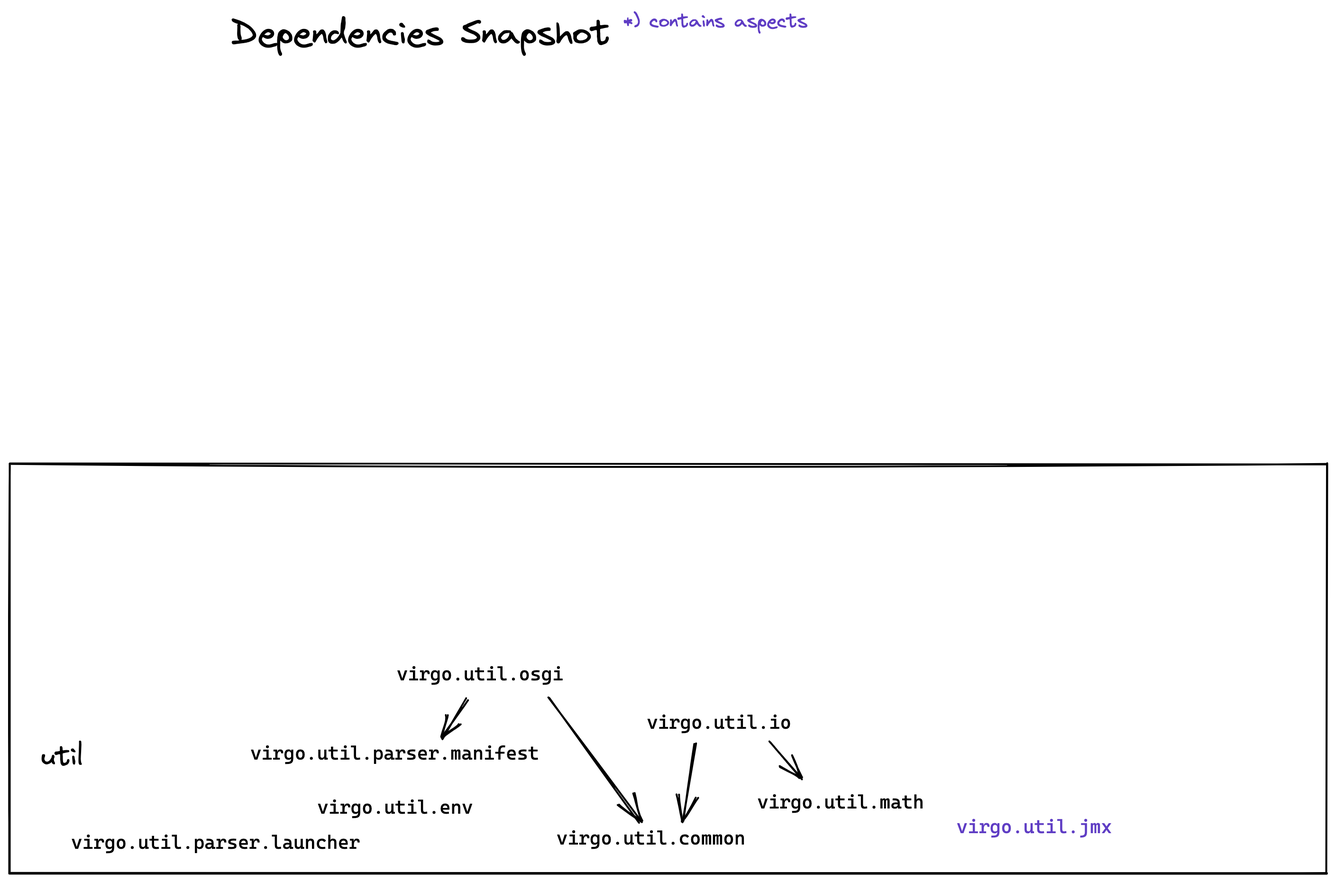
Before: virgo-dependencies.png, a diagram exported from Excalidraw (eclipse-virgo/virgo-root). Source tidied: one line per element, renumbered; positions are measured from the earlier drawing's top-left corner, leaving out a move shared by most shapes. The source it was exported from:
```json
{"id": 0, "type": "text", "text": "virgo.util.common", "strokeColor": "#000000", "strokeWidth": 1, "strokeStyle": "dotted", "roughness": 1, "fontSize": 20, "fontFamily": 3, "x": 577, "y": 861, "width": 200, "height": 24}
{"id": 1, "type": "text", "text": "virgo.util.env", "strokeColor": "#000000", "strokeWidth": 1, "strokeStyle": "dotted", "roughness": 1, "fontSize": 20, "fontFamily": 3, "x": 325, "y": 829, "width": 165, "height": 24}
{"id": 2, "type": "text", "text": "virgo.util.math", "strokeColor": "#000000", "strokeWidth": 1, "strokeStyle": "dotted", "roughness": 1, "fontSize": 20, "fontFamily": 3, "x": 789, "y": 823, "width": 177, "height": 24}
{"id": 3, "type": "rectangle", "strokeColor": "#000000", "strokeWidth": 2, "roughness": 1, "x": 0, "y": 479, "width": 1389, "height": 432}
{"id": 4, "type": "text", "text": "util", "strokeColor": "#000000", "strokeWidth": 2, "roughness": 1, "fontSize": 28, "fontFamily": 1, "x": 33, "y": 770, "width": 46, "height": 35}
{"id": 5, "type": "text", "text": "Dependencies Snapshot", "strokeColor": "#000000", "strokeWidth": 2, "roughness": 1, "fontSize": 36, "fontFamily": 1, "x": 234, "y": 3, "width": 401, "height": 45}
{"id": 6, "type": "text", "text": "virgo.util.io", "strokeColor": "#000000", "strokeWidth": 1, "strokeStyle": "dotted", "roughness": 1, "fontSize": 20, "fontFamily": 3, "x": 672, "y": 739, "width": 153, "height": 24}
{"id": 7, "type": "arrow", "strokeColor": "#000000", "strokeWidth": 2, "roughness": 1, "endArrowhead": "arrow", "from": 6, "to": 0, "x": 723, "y": 773, "width": 12, "height": 82, "points": [[0, 0], [-12, 82]]}
{"id": 8, "type": "arrow", "strokeColor": "#000000", "strokeWidth": 2, "roughness": 1, "endArrowhead": "arrow", "from": 6, "to": 2, "x": 802, "y": 773, "width": 34, "height": 38, "points": [[0, 0], [34, 38]]}
{"id": 9, "type": "text", "text": "virgo.util.jmx", "strokeColor": "#5f3dc4", "strokeWidth": 1, "strokeStyle": "dotted", "roughness": 1, "fontSize": 20, "fontFamily": 3, "x": 999, "y": 849, "width": 165, "height": 24}
{"id": 10, "type": "text", "text": "*) contains aspects", "strokeColor": "#5f3dc4", "strokeWidth": 2, "roughness": 1, "fontSize": 20, "fontFamily": 1, "x": 648, "y": 0, "width": 195, "height": 25}
{"id": 11, "type": "text", "text": "virgo.util.parser.manifest", "strokeColor": "#000000", "strokeWidth": 1, "strokeStyle": "dotted", "roughness": 1, "fontSize": 20, "fontFamily": 3, "x": 254, "y": 772, "width": 306, "height": 24}
{"id": 12, "type": "text", "text": "virgo.util.parser.launcher", "strokeColor": "#000000", "strokeWidth": 1, "strokeStyle": "dotted", "roughness": 1, "fontSize": 20, "fontFamily": 3, "x": 65, "y": 866, "width": 306, "height": 24}
{"id": 13, "type": "text", "text": "virgo.util.osgi", "strokeColor": "#000000", "strokeWidth": 1, "strokeStyle": "dotted", "roughness": 1, "fontSize": 20, "fontFamily": 3, "x": 408, "y": 688, "width": 177, "height": 24}
{"id": 14, "type": "arrow", "strokeColor": "#000000", "strokeWidth": 2, "roughness": 1, "endArrowhead": "arrow", "from": 13, "to": 11, "x": 482, "y": 727, "width": 25, "height": 42, "points": [[0, 0], [-25, 42]]}
{"id": 15, "type": "arrow", "strokeColor": "#000000", "strokeWidth": 2, "roughness": 1, "endArrowhead": "arrow", "from": 13, "to": 0, "x": 568, "y": 725, "width": 96, "height": 131, "points": [[0, 0], [96, 131]]}
```
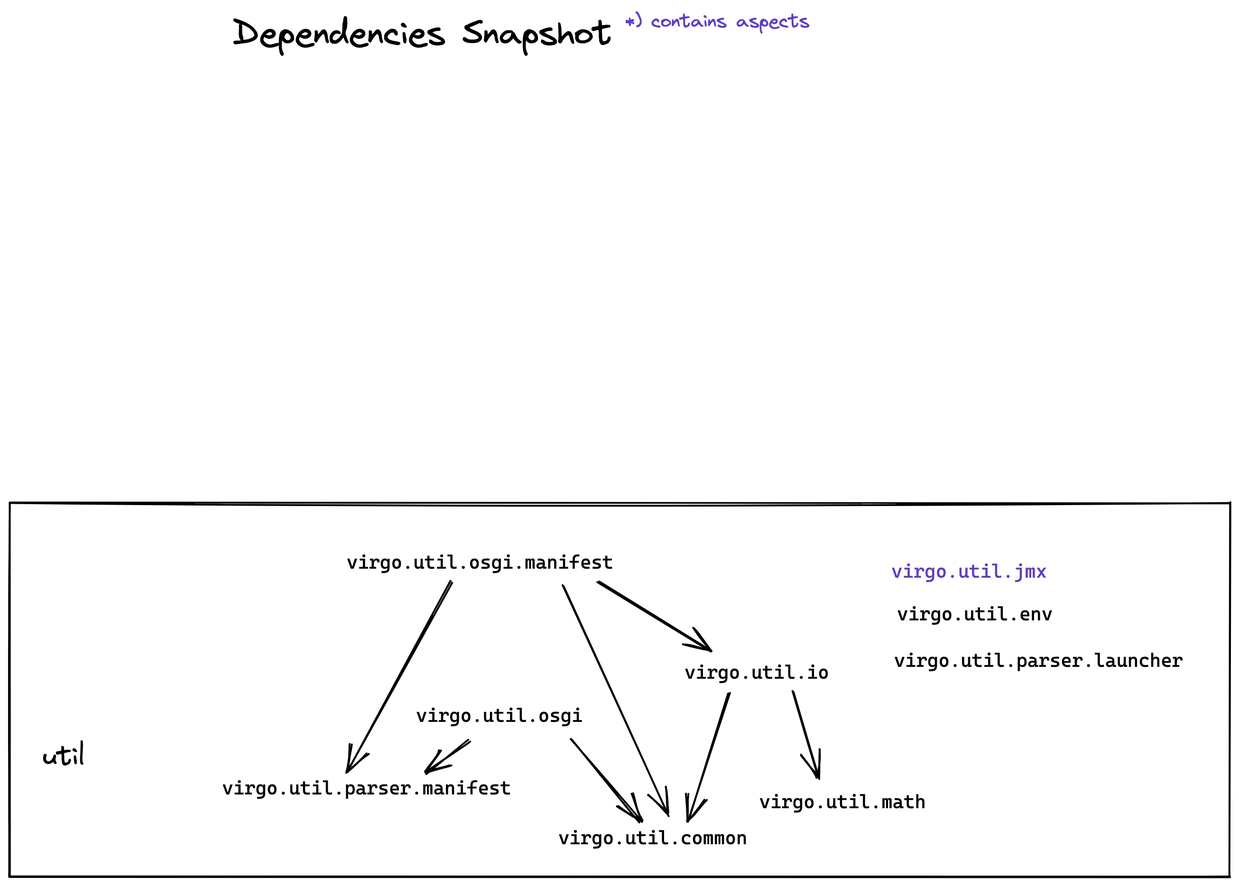
Above is the later version.

Change to the diagram source:
```diff
@@ -1,16 +1,20 @@
 {"id": 0, "type": "text", "text": "virgo.util.common", "strokeColor": "#000000", "strokeWidth": 1, "strokeStyle": "dotted", "roughness": 1, "fontSize": 20, "fontFamily": 3, "x": 577, "y": 861, "width": 200, "height": 24}
-{"id": 1, "type": "text", "text": "virgo.util.env", "strokeColor": "#000000", "strokeWidth": 1, "strokeStyle": "dotted", "roughness": 1, "fontSize": 20, "fontFamily": 3, "x": 325, "y": 829, "width": 165, "height": 24}
+{"id": 1, "type": "text", "text": "virgo.util.env", "strokeColor": "#000000", "strokeWidth": 1, "strokeStyle": "dotted", "roughness": 1, "fontSize": 20, "fontFamily": 3, "x": 934, "y": 625, "width": 165, "height": 24}
 {"id": 2, "type": "text", "text": "virgo.util.math", "strokeColor": "#000000", "strokeWidth": 1, "strokeStyle": "dotted", "roughness": 1, "fontSize": 20, "fontFamily": 3, "x": 789, "y": 823, "width": 177, "height": 24}
-{"id": 3, "type": "rectangle", "strokeColor": "#000000", "strokeWidth": 2, "roughness": 1, "x": 0, "y": 479, "width": 1389, "height": 432}
+{"id": 3, "type": "rectangle", "strokeColor": "#000000", "strokeWidth": 2, "roughness": 1, "x": -2, "y": 520, "width": 1286, "height": 394}
 {"id": 4, "type": "text", "text": "util", "strokeColor": "#000000", "strokeWidth": 2, "roughness": 1, "fontSize": 28, "fontFamily": 1, "x": 33, "y": 770, "width": 46, "height": 35}
 {"id": 5, "type": "text", "text": "Dependencies Snapshot", "strokeColor": "#000000", "strokeWidth": 2, "roughness": 1, "fontSize": 36, "fontFamily": 1, "x": 234, "y": 3, "width": 401, "height": 45}
-{"id": 6, "type": "text", "text": "virgo.util.io", "strokeColor": "#000000", "strokeWidth": 1, "strokeStyle": "dotted", "roughness": 1, "fontSize": 20, "fontFamily": 3, "x": 672, "y": 739, "width": 153, "height": 24}
+{"id": 6, "type": "text", "text": "virgo.util.io", "strokeColor": "#000000", "strokeWidth": 1, "strokeStyle": "dotted", "roughness": 1, "fontSize": 20, "fontFamily": 3, "x": 710, "y": 686, "width": 153, "height": 24}
-{"id": 7, "type": "arrow", "strokeColor": "#000000", "strokeWidth": 2, "roughness": 1, "endArrowhead": "arrow", "from": 6, "to": 0, "x": 723, "y": 773, "width": 12, "height": 82, "points": [[0, 0], [-12, 82]]}
+{"id": 7, "type": "arrow", "strokeColor": "#000000", "strokeWidth": 2, "roughness": 1, "endArrowhead": "arrow", "from": 6, "to": 0, "x": 757, "y": 720, "width": 43, "height": 135, "points": [[0, 0], [-43, 135]]}
-{"id": 8, "type": "arrow", "strokeColor": "#000000", "strokeWidth": 2, "roughness": 1, "endArrowhead": "arrow", "from": 6, "to": 2, "x": 802, "y": 773, "width": 34, "height": 38, "points": [[0, 0], [34, 38]]}
+{"id": 8, "type": "arrow", "strokeColor": "#000000", "strokeWidth": 2, "roughness": 1, "endArrowhead": "arrow", "from": 6, "to": 2, "x": 824, "y": 720, "width": 28, "height": 91, "points": [[0, 0], [28, 91]]}
-{"id": 9, "type": "text", "text": "virgo.util.jmx", "strokeColor": "#5f3dc4", "strokeWidth": 1, "strokeStyle": "dotted", "roughness": 1, "fontSize": 20, "fontFamily": 3, "x": 999, "y": 849, "width": 165, "height": 24}
+{"id": 9, "type": "text", "text": "virgo.util.jmx", "strokeColor": "#5f3dc4", "strokeWidth": 1, "strokeStyle": "dotted", "roughness": 1, "fontSize": 20, "fontFamily": 3, "x": 928, "y": 580, "width": 165, "height": 24}
 {"id": 10, "type": "text", "text": "*) contains aspects", "strokeColor": "#5f3dc4", "strokeWidth": 2, "roughness": 1, "fontSize": 20, "fontFamily": 1, "x": 648, "y": 0, "width": 195, "height": 25}
-{"id": 11, "type": "text", "text": "virgo.util.parser.manifest", "strokeColor": "#000000", "strokeWidth": 1, "strokeStyle": "dotted", "roughness": 1, "fontSize": 20, "fontFamily": 3, "x": 254, "y": 772, "width": 306, "height": 24}
+{"id": 11, "type": "text", "text": "virgo.util.parser.manifest", "strokeColor": "#000000", "strokeWidth": 1, "strokeStyle": "dotted", "roughness": 1, "fontSize": 20, "fontFamily": 3, "x": 223, "y": 809, "width": 306, "height": 24}
-{"id": 12, "type": "text", "text": "virgo.util.parser.launcher", "strokeColor": "#000000", "strokeWidth": 1, "strokeStyle": "dotted", "roughness": 1, "fontSize": 20, "fontFamily": 3, "x": 65, "y": 866, "width": 306, "height": 24}
+{"id": 12, "type": "text", "text": "virgo.util.parser.launcher", "strokeColor": "#000000", "strokeWidth": 1, "strokeStyle": "dotted", "roughness": 1, "fontSize": 20, "fontFamily": 3, "x": 931, "y": 674, "width": 306, "height": 24}
-{"id": 13, "type": "text", "text": "virgo.util.osgi", "strokeColor": "#000000", "strokeWidth": 1, "strokeStyle": "dotted", "roughness": 1, "fontSize": 20, "fontFamily": 3, "x": 408, "y": 688, "width": 177, "height": 24}
+{"id": 13, "type": "text", "text": "virgo.util.osgi", "strokeColor": "#000000", "strokeWidth": 1, "strokeStyle": "dotted", "roughness": 1, "fontSize": 20, "fontFamily": 3, "x": 427, "y": 732, "width": 177, "height": 24}
-{"id": 14, "type": "arrow", "strokeColor": "#000000", "strokeWidth": 2, "roughness": 1, "endArrowhead": "arrow", "from": 13, "to": 11, "x": 482, "y": 727, "width": 25, "height": 42, "points": [[0, 0], [-25, 42]]}
+{"id": 14, "type": "arrow", "strokeColor": "#000000", "strokeWidth": 2, "roughness": 1, "endArrowhead": "arrow", "from": 13, "to": 11, "x": 483, "y": 771, "width": 45, "height": 34, "points": [[0, 0], [-45, 34]]}
-{"id": 15, "type": "arrow", "strokeColor": "#000000", "strokeWidth": 2, "roughness": 1, "endArrowhead": "arrow", "from": 13, "to": 0, "x": 568, "y": 725, "width": 96, "height": 131, "points": [[0, 0], [96, 131]]}
+{"id": 15, "type": "arrow", "strokeColor": "#000000", "strokeWidth": 2, "roughness": 1, "endArrowhead": "arrow", "from": 13, "to": 0, "x": 590, "y": 769, "width": 73, "height": 87, "points": [[0, 0], [73, 87]]}
+{"id": 16, "type": "text", "text": "virgo.util.osgi.manifest", "strokeColor": "#000000", "strokeWidth": 1, "strokeStyle": "dotted", "roughness": 1, "fontSize": 20, "fontFamily": 3, "x": 354, "y": 570, "width": 282, "height": 24}
+{"id": 17, "type": "arrow", "strokeColor": "#000000", "strokeWidth": 2, "roughness": 1, "endArrowhead": "arrow", "from": 16, "to": 11, "x": 464, "y": 603, "width": 109, "height": 200, "points": [[0, 0], [-109, 200]]}
+{"id": 18, "type": "arrow", "strokeColor": "#000000", "strokeWidth": 2, "roughness": 1, "endArrowhead": "arrow", "from": 16, "to": 6, "x": 619, "y": 603, "width": 119, "height": 73, "points": [[0, 0], [119, 73]]}
+{"id": 19, "type": "arrow", "strokeColor": "#000000", "strokeWidth": 2, "roughness": 1, "endArrowhead": "arrow", "from": 16, "to": 0, "x": 582, "y": 608, "width": 111, "height": 242, "points": [[0, 0], [111, 242]]}
```
